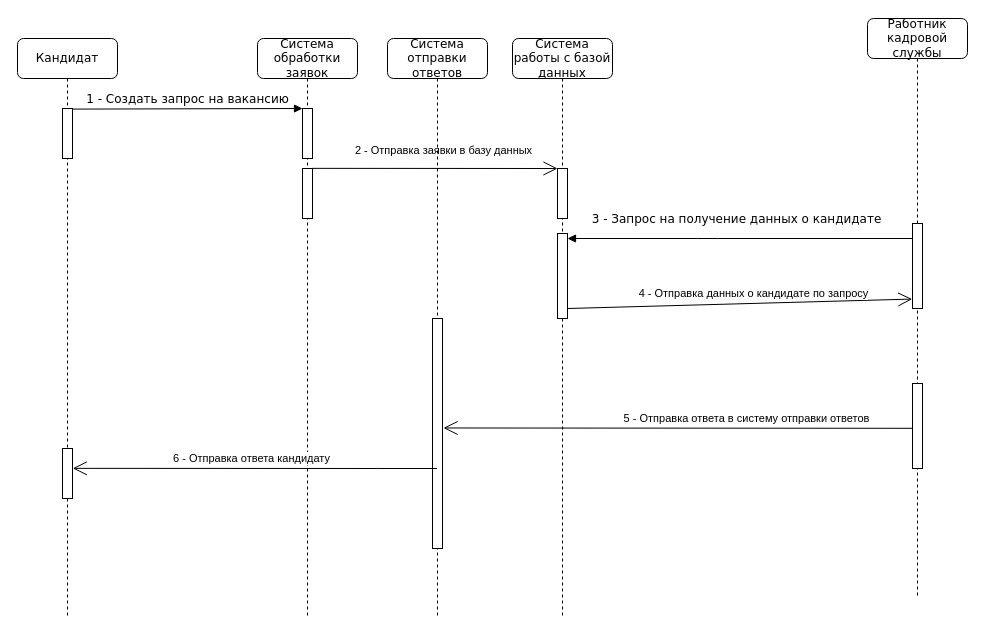
The draw.io diagram Диаграмма без названия.drawio in Leewhocan/ytfzf, before the edit. Source tidied: cells renumbered, new cells numbered last; positions are measured from the earlier drawing's top-left corner, leaving out a move shared by most shapes. Both pictures are drawn from the tidied source at 100%, with x=0, y=0 at pixel (17, 18).
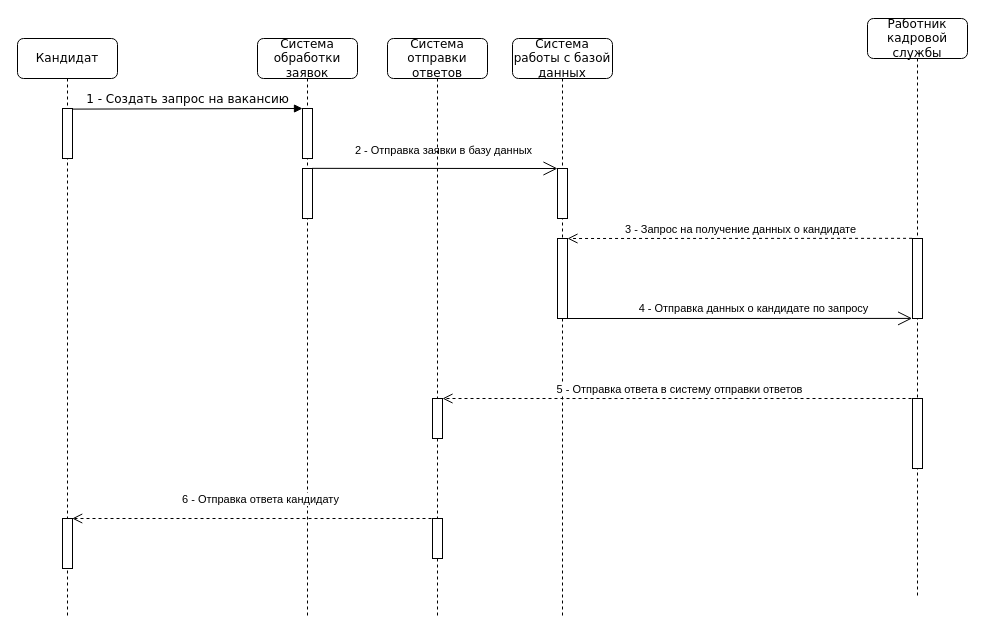
After the change.

The change refers to these unchanged cells:
```xml
<mxCell id="5" value="Система работы с базой данных" style="shape=umlLifeline;perimeter=lifelinePerimeter;whiteSpace=wrap;html=1;rounded=1;shadow=0;comic=0;labelBackgroundColor=none;strokeWidth=1;fontFamily=Verdana;fontSize=12;align=center;" parent="1" vertex="1">
  <mxGeometry x="495" y="20" width="100" height="580" as="geometry" />
</mxCell>
<mxCell id="10" value="Работник кадровой службы" style="shape=umlLifeline;perimeter=lifelinePerimeter;whiteSpace=wrap;html=1;rounded=1;shadow=0;comic=0;labelBackgroundColor=none;strokeWidth=1;fontFamily=Verdana;fontSize=12;align=center;" parent="1" vertex="1">
  <mxGeometry x="850" width="100" height="580" as="geometry" />
</mxCell>
<mxCell id="13" value="Кандидат" style="shape=umlLifeline;perimeter=lifelinePerimeter;whiteSpace=wrap;html=1;rounded=1;shadow=0;comic=0;labelBackgroundColor=none;strokeWidth=1;fontFamily=Verdana;fontSize=12;align=center;" parent="1" vertex="1">
  <mxGeometry y="20" width="100" height="580" as="geometry" />
</mxCell>
<mxCell id="19" value="Система отправки ответов" style="shape=umlLifeline;perimeter=lifelinePerimeter;whiteSpace=wrap;html=1;outlineConnect=0;rounded=1;shadow=0;comic=0;labelBackgroundColor=none;strokeWidth=1;fontFamily=Verdana;fontSize=12;align=center;" parent="1" vertex="1">
  <mxGeometry x="370" y="20" width="100" height="580" as="geometry" />
</mxCell>
```

The edit, as a diff of the source:
```diff
@@
-    <mxCell id="6" style="endArrow=open;endFill=1;endSize=12;html=1;rounded=0;entryX=-0.028;entryY=0.889;entryDx=0;entryDy=0;entryPerimeter=0;" parent="5" edge="1" target="11">
-      <mxGeometry relative="1" as="geometry">
-        <mxPoint x="55" y="270" as="sourcePoint" />
-      </mxGeometry>
-    </mxCell>
-    <mxCell id="7" value="4 - Отправка данных о кандидате по запросу" style="edgeLabel;html=1;align=center;verticalAlign=middle;" parent="6" vertex="1">
-      <mxGeometry x="0.08" y="2" relative="1" as="geometry">
-        <mxPoint y="-8" as="offset" />
-      </mxGeometry>
-    </mxCell>
     <mxCell id="8" style="html=1;perimeter=orthogonalPerimeter;rounded=0;shadow=0;comic=0;labelBackgroundColor=none;strokeWidth=1;fontFamily=Verdana;fontSize=12;align=center;" parent="5" vertex="1">
-      <mxGeometry x="45" y="195" width="10" height="85" as="geometry" />
+      <mxGeometry x="45" y="200" width="10" height="80" as="geometry" />
     </mxCell>
@@
     <mxCell id="11" style="html=1;points=[];perimeter=orthogonalPerimeter;rounded=0;shadow=0;comic=0;labelBackgroundColor=none;strokeWidth=1;fontFamily=Verdana;fontSize=12;align=center;" parent="10" vertex="1">
-      <mxGeometry x="45" y="205" width="10" height="85" as="geometry" />
+      <mxGeometry x="45" y="220" width="10" height="80" as="geometry" />
     </mxCell>
     <mxCell id="12" style="html=1;perimeter=orthogonalPerimeter;rounded=0;shadow=0;comic=0;labelBackgroundColor=none;strokeWidth=1;fontFamily=Verdana;fontSize=12;align=center;" parent="10" vertex="1">
-      <mxGeometry x="45" y="365" width="10" height="85" as="geometry" />
+      <mxGeometry x="45" y="380" width="10" height="70" as="geometry" />
     </mxCell>
@@
     <mxCell id="15" style="html=1;points=[];perimeter=orthogonalPerimeter;rounded=0;shadow=0;comic=0;labelBackgroundColor=none;strokeWidth=1;fontFamily=Verdana;fontSize=12;align=center;" parent="13" vertex="1">
-      <mxGeometry x="45" y="410" width="10" height="50" as="geometry" />
+      <mxGeometry x="45" y="480" width="10" height="50" as="geometry" />
     </mxCell>
@@
     <mxCell id="20" style="html=1;points=[];perimeter=orthogonalPerimeter;rounded=0;shadow=0;comic=0;labelBackgroundColor=none;strokeWidth=1;fontFamily=Verdana;fontSize=12;align=center;" parent="19" vertex="1">
-      <mxGeometry x="45" y="280" width="10" height="230" as="geometry" />
+      <mxGeometry x="45" y="360" width="10" height="40" as="geometry" />
     </mxCell>
+    <mxCell id="26" style="html=1;perimeter=orthogonalPerimeter;rounded=0;shadow=0;comic=0;labelBackgroundColor=none;strokeWidth=1;fontFamily=Verdana;fontSize=12;align=center;" parent="19" vertex="1">
+      <mxGeometry x="45" y="480" width="10" height="40" as="geometry" />
+    </mxCell>
+    <mxCell id="6" style="endArrow=open;endFill=1;endSize=12;html=1;rounded=0;entryX=-0.039;entryY=0.999;entryDx=0;entryDy=0;entryPerimeter=0;" parent="1" edge="1" target="11">
+      <mxGeometry relative="1" as="geometry">
+        <mxPoint x="550" y="300" as="sourcePoint" />
+      </mxGeometry>
+    </mxCell>
+    <mxCell id="7" value="4 - Отправка данных о кандидате по запросу" style="edgeLabel;html=1;align=center;verticalAlign=middle;" parent="6" vertex="1">
+      <mxGeometry x="0.08" y="2" relative="1" as="geometry">
+        <mxPoint y="-8" as="offset" />
+      </mxGeometry>
+    </mxCell>
-    <mxCell id="21" value="3 - Запрос на получение данных о кандидате" style="html=1;verticalAlign=bottom;endArrow=block;labelBackgroundColor=none;fontFamily=Verdana;fontSize=12;edgeStyle=elbowEdgeStyle;elbow=vertical;" parent="1" edge="1">
-      <mxGeometry x="0.02" y="-10" relative="1" as="geometry">
-        <mxPoint x="895" y="220" as="sourcePoint" />
+    <mxCell id="21" value="3 - Запрос на получение данных о кандидате" style="html=1;verticalAlign=bottom;endArrow=open;dashed=1;endSize=8;edgeStyle=elbowEdgeStyle;elbow=vertical;curved=0;rounded=0;exitX=-0.045;exitY=-0.002;exitDx=0;exitDy=0;exitPerimeter=0;" parent="1" edge="1" source="11">
+      <mxGeometry relative="1" as="geometry">
         <mxPoint x="550" y="220" as="targetPoint" />
-        <Array as="points">
-          <mxPoint x="690" y="220" />
-          <mxPoint x="670" y="200" />
-          <mxPoint x="760" y="160" />
-          <mxPoint x="715" y="160" />
-        </Array>
       </mxGeometry>
     </mxCell>
-    <mxCell id="22" style="endArrow=open;endFill=1;endSize=12;html=1;rounded=0;exitX=0.023;exitY=0.746;exitDx=0;exitDy=0;exitPerimeter=0;entryX=1.102;entryY=0.476;entryDx=0;entryDy=0;entryPerimeter=0;" parent="1" edge="1" target="20">
-      <mxGeometry relative="1" as="geometry">
-        <mxPoint x="895.2" y="409.8" as="sourcePoint" />
-      </mxGeometry>
-    </mxCell>
-    <mxCell id="23" value="5 - Отправка ответа в систему отправки ответов" style="edgeLabel;html=1;align=center;verticalAlign=middle;" parent="22" vertex="1">
-      <mxGeometry x="-0.29" relative="1" as="geometry">
-        <mxPoint y="-10" as="offset" />
+    <mxCell id="23" value="5 - Отправка ответа в систему отправки ответов" style="html=1;verticalAlign=bottom;endArrow=open;dashed=1;endSize=8;edgeStyle=elbowEdgeStyle;elbow=vertical;curved=0;rounded=0;" parent="1" edge="1" target="20">
+      <mxGeometry relative="1" as="geometry">
+        <mxPoint x="900" y="380" as="sourcePoint" />
       </mxGeometry>
     </mxCell>
-    <mxCell id="24" style="endArrow=open;endFill=1;endSize=12;html=1;rounded=0;entryX=1.03;entryY=0.397;entryDx=0;entryDy=0;entryPerimeter=0;" parent="1" edge="1" source="19" target="15">
-      <mxGeometry relative="1" as="geometry">
-        <Array as="points">
-          <mxPoint x="360" y="450" />
-        </Array>
-      </mxGeometry>
-    </mxCell>
-    <mxCell id="25" value="6 - Отправка ответа кандидату" style="edgeLabel;html=1;align=center;verticalAlign=middle;" parent="24" vertex="1">
-      <mxGeometry x="0.02" y="-1" relative="1" as="geometry">
-        <mxPoint y="-9" as="offset" />
+    <mxCell id="25" value="6 - Отправка ответа кандидату" style="html=1;verticalAlign=bottom;endArrow=open;dashed=1;endSize=8;edgeStyle=elbowEdgeStyle;elbow=vertical;curved=0;rounded=0;entryX=0.97;entryY=-0.005;entryDx=0;entryDy=0;entryPerimeter=0;" parent="1" edge="1" target="15">
+      <mxGeometry x="-0.03" y="-10" relative="1" as="geometry">
+        <mxPoint x="420" y="500" as="sourcePoint" />
       </mxGeometry>
     </mxCell>
```
